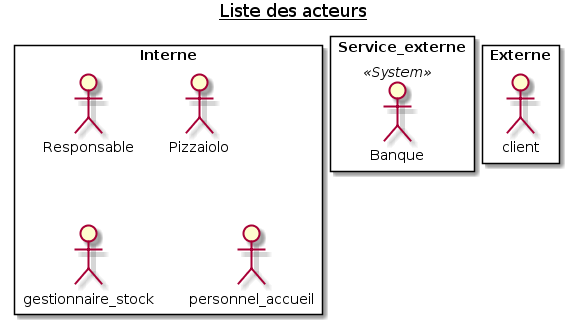
Before: doc/img/0_ListActors.png, a diagram exported from PlantUML (Zepmanbc/oc_dapython_pr4).
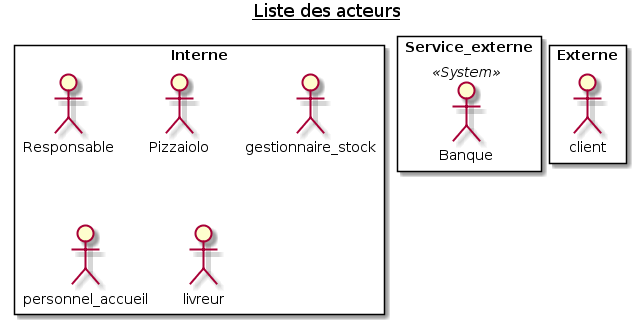
After the commit.

Change to the diagram source:
```diff
@@ -6,6 +6,7 @@
     actor Pizzaiolo as PIZLO
     actor gestionnaire_stock as GEST
     actor personnel_accueil as ACCUEIL
+    actor livreur as DELIVER
 }
 
 rectangle Service_externe {
```
